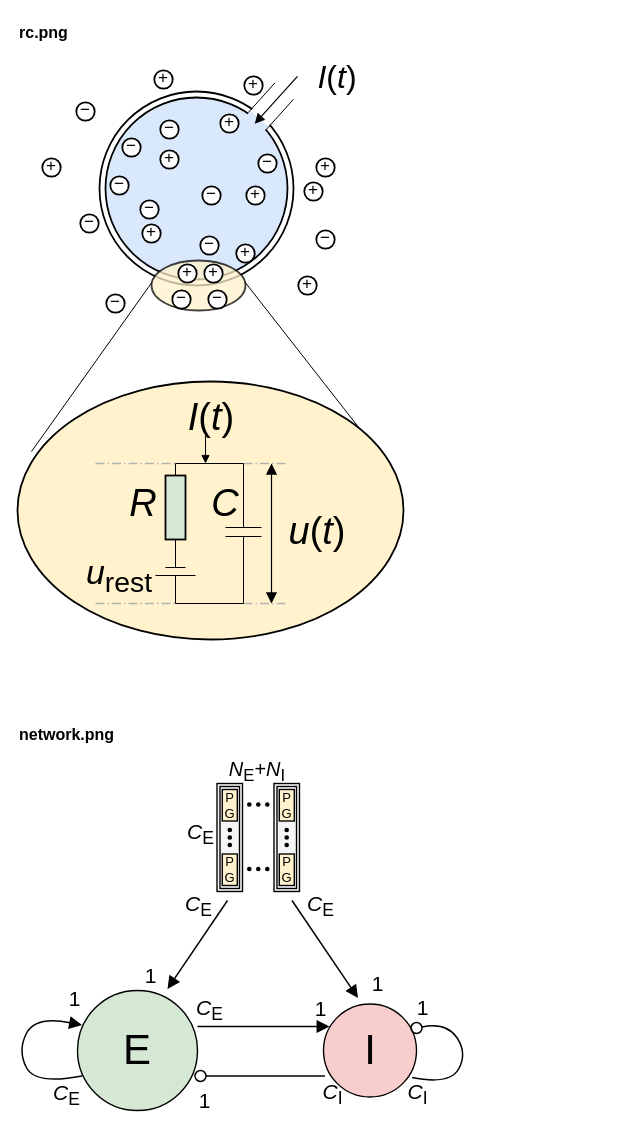
brunomaga/brunomaga.github.io keeps this draw.io diagram as assets/lif-brunel/lif-brunel.drawio. Above is the earlier version. Source tidied: cells renumbered, new cells numbered last; positions are measured from the earlier drawing's top-left corner, leaving out a move shared by most shapes. Both pictures are drawn from the tidied source at 100%, with x=0, y=0 at pixel (17, 17).
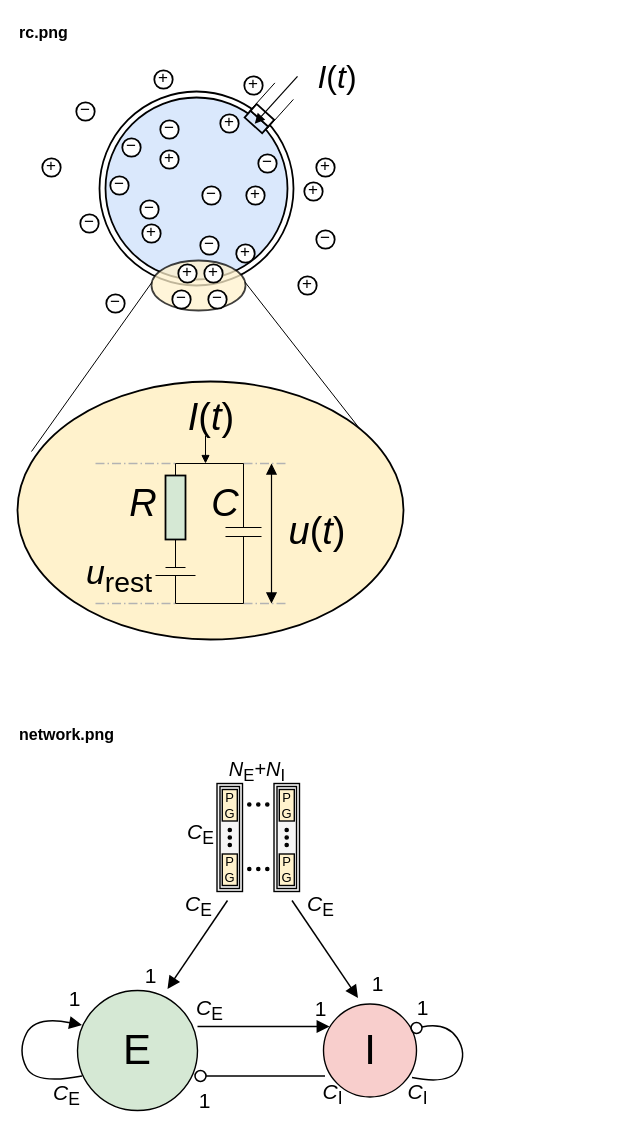
After the change.

Unchanged cells that the change refers to:
```xml
<mxCell id="3" style="group;" parent="1" vertex="1">
  <mxGeometry y="40" width="386" height="582" as="geometry" />
</mxCell>
```

The edit, as a diff of the source:
```diff
@@
-    <mxCell id="9" style="rounded=0;whiteSpace=wrap;html=1;fillColor=#dae8fc;strokeColor=none;rotation=-48;" parent="3" vertex="1">
+    <mxCell id="9" style="rounded=0;whiteSpace=wrap;html=1;fillColor=#dae8fc;rotation=-48;strokeColor=#000000;strokeWidth=1.78;" parent="3" vertex="1">
       <mxGeometry x="234.4" y="52.7" width="9" height="23.6" as="geometry" />
     </mxCell>
-    <mxCell id="10" style="rounded=0;whiteSpace=wrap;html=1;fillColor=#ffffff;strokeColor=none;rotation=-48;" parent="3" vertex="1">
+    <mxCell id="10" style="rounded=0;whiteSpace=wrap;html=1;fillColor=#ffffff;rotation=-48;strokeColor=#000000;strokeWidth=1.78;" parent="3" vertex="1">
       <mxGeometry x="240.4" y="46" width="9" height="23.6" as="geometry" />
     </mxCell>
```
